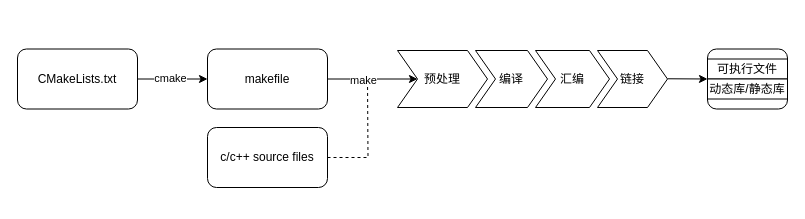
Above: cmake_tutorial.drawio in oksep/diagrams-material (draw.io), before the change. Source tidied: cells renumbered, new cells numbered last; positions are measured from the earlier drawing's top-left corner, leaving out a move shared by most shapes. Both pictures are drawn from the tidied source at 100%, with x=0, y=0 at pixel (17, 17).
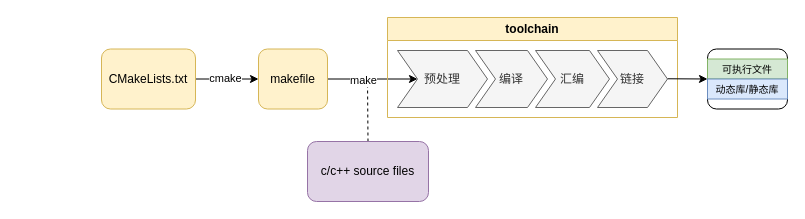
Above is the later version.

The change refers to these unchanged cells:
```xml
<mxCell id="10" style="group;" parent="1" vertex="1">
  <mxGeometry x="690" y="31.5" width="80" height="60" as="geometry" />
</mxCell>
```

Diff of the diagram source:
```diff
@@
-    <mxCell id="2" style="edgeStyle=orthogonalEdgeStyle;rounded=0;jettySize=auto;html=1;exitX=1;exitY=0.5;exitDx=0;exitDy=0;dashed=1;" parent="1" edge="1" source="3">
+    <mxCell id="2" style="edgeStyle=orthogonalEdgeStyle;rounded=0;jettySize=auto;html=1;exitX=0.5;exitY=0;exitDx=0;exitDy=0;dashed=1;" parent="1" edge="1" source="3">
       <mxGeometry relative="1" as="geometry">
         <mxPoint x="350" y="60" as="targetPoint" />
       </mxGeometry>
     </mxCell>
-    <mxCell id="3" value="c/c++ source files" style="rounded=1;whiteSpace=wrap;html=1;" parent="1" vertex="1">
-      <mxGeometry x="190" y="110" width="120" height="60" as="geometry" />
+    <mxCell id="3" value="c/c++ source files" style="rounded=1;whiteSpace=wrap;html=1;fillColor=#e1d5e7;strokeColor=#9673a6;" parent="1" vertex="1">
+      <mxGeometry x="290" y="124" width="121" height="60" as="geometry" />
     </mxCell>
@@
-    <mxCell id="6" value="CMakeLists.txt" style="rounded=1;whiteSpace=wrap;html=1;" parent="1" vertex="1">
-      <mxGeometry y="31.5" width="120" height="60" as="geometry" />
+    <mxCell id="6" value="CMakeLists.txt" style="rounded=1;whiteSpace=wrap;html=1;fillColor=#fff2cc;strokeColor=#d6b656;" parent="1" vertex="1">
+      <mxGeometry x="84" y="31.5" width="94" height="60" as="geometry" />
     </mxCell>
@@
-    <mxCell id="9" value="makefile" style="rounded=1;whiteSpace=wrap;html=1;" parent="1" vertex="1">
-      <mxGeometry x="190" y="31.5" width="120" height="60" as="geometry" />
+    <mxCell id="9" value="makefile" style="rounded=1;whiteSpace=wrap;html=1;fillColor=#fff2cc;strokeColor=#d6b656;" parent="1" vertex="1">
+      <mxGeometry x="241" y="31.5" width="69" height="60" as="geometry" />
     </mxCell>
@@
-    <mxCell id="12" value="可执行文件" style="rounded=0;whiteSpace=wrap;html=1;" parent="10" vertex="1">
+    <mxCell id="12" value="可执行文件" style="rounded=0;whiteSpace=wrap;html=1;fontSize=10;fillColor=#d5e8d4;strokeColor=#82b366;" parent="10" vertex="1">
       <mxGeometry y="10" width="80" height="20" as="geometry" />
     </mxCell>
-    <mxCell id="13" value="动态库/静态库" style="rounded=0;whiteSpace=wrap;html=1;" parent="10" vertex="1">
+    <mxCell id="13" value="动态库/静态库" style="rounded=0;whiteSpace=wrap;html=1;fontSize=10;fillColor=#dae8fc;strokeColor=#6c8ebf;" parent="10" vertex="1">
       <mxGeometry y="30" width="80" height="20" as="geometry" />
     </mxCell>
-    <mxCell id="14" style="swimlane;horizontal=1;fillColor=none;strokeColor=none;stackBorder=10;align=center;whiteSpace=wrap;html=1;" parent="1" vertex="1">
+    <mxCell id="14" value="toolchain" style="swimlane;horizontal=1;fillColor=#fff2cc;strokeColor=#d6b656;stackBorder=10;align=center;whiteSpace=wrap;html=1;" parent="1" vertex="1">
       <mxGeometry x="370" width="290" height="100" as="geometry" />
     </mxCell>
-    <mxCell id="15" value="预处理" style="shape=step;perimeter=stepPerimeter;fixedSize=1;points=[];whiteSpace=wrap;html=1;" parent="14" vertex="1">
+    <mxCell id="15" value="预处理" style="shape=step;perimeter=stepPerimeter;fixedSize=1;points=[];whiteSpace=wrap;html=1;fillColor=#f5f5f5;fontColor=#333333;strokeColor=#666666;" parent="14" vertex="1">
       <mxGeometry x="10" y="33" width="90" height="57" as="geometry" />
     </mxCell>
-    <mxCell id="16" value="编译" style="shape=step;perimeter=stepPerimeter;fixedSize=1;whiteSpace=wrap;html=1;" parent="14" vertex="1">
+    <mxCell id="16" value="编译" style="shape=step;perimeter=stepPerimeter;fixedSize=1;whiteSpace=wrap;html=1;fillColor=#f5f5f5;fontColor=#333333;strokeColor=#666666;" parent="14" vertex="1">
       <mxGeometry x="88" y="33" width="72" height="57" as="geometry" />
     </mxCell>
-    <mxCell id="17" value="汇编" style="shape=step;perimeter=stepPerimeter;fixedSize=1;whiteSpace=wrap;html=1;" parent="14" vertex="1">
+    <mxCell id="17" value="汇编" style="shape=step;perimeter=stepPerimeter;fixedSize=1;whiteSpace=wrap;html=1;fillColor=#f5f5f5;fontColor=#333333;strokeColor=#666666;" parent="14" vertex="1">
       <mxGeometry x="148" y="33" width="74" height="57" as="geometry" />
     </mxCell>
-    <mxCell id="18" value="链接" style="shape=step;perimeter=stepPerimeter;fixedSize=1;points=[];whiteSpace=wrap;html=1;" parent="14" vertex="1">
+    <mxCell id="18" value="链接" style="shape=step;perimeter=stepPerimeter;fixedSize=1;points=[];whiteSpace=wrap;html=1;fillColor=#f5f5f5;fontColor=#333333;strokeColor=#666666;" parent="14" vertex="1">
       <mxGeometry x="210" y="33" width="70" height="57" as="geometry" />
     </mxCell>
```
